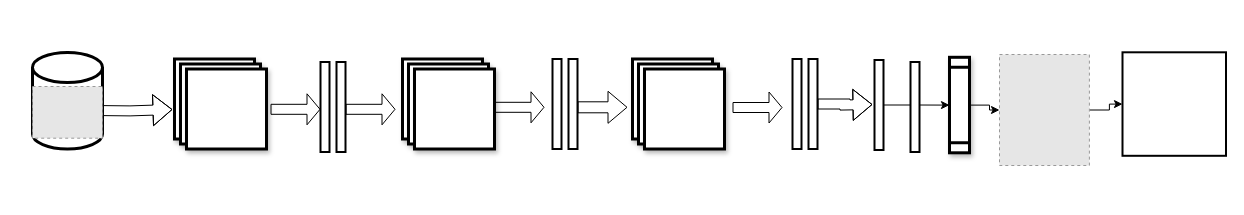
This is CNN Arcitucture for Scientifc image clasification.drawio from AE-ALEmran/New-Version-Scientific-Image-classification-, a draw.io file, before an edit. Source tidied: cells renumbered, new cells numbered last; positions are measured from the earlier drawing's top-left corner, leaving out a move shared by most shapes. Both pictures are drawn from the tidied source at 100%, with x=0, y=0 at pixel (32, 52). Pictures stored in the file or linked from it are replaced by grey dashed boxes.
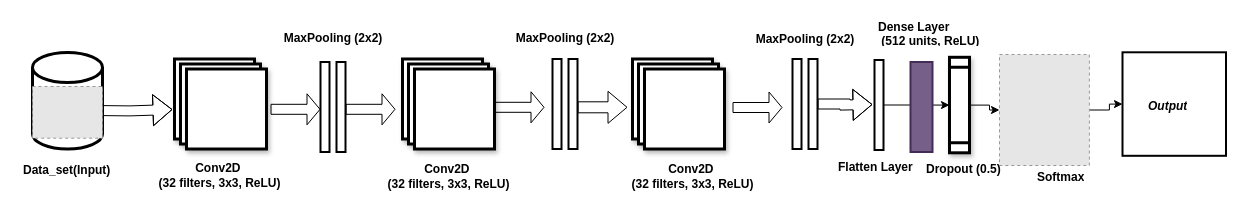
Above is the later version.

What changed in the source:
```diff
@@
-    <mxCell id="27" style="rounded=0;whiteSpace=wrap;html=1;direction=south;strokeWidth=2;" parent="1" vertex="1">
-      <mxGeometry x="878" y="9.5" width="9" height="90" as="geometry" />
+    <mxCell id="27" style="rounded=0;whiteSpace=wrap;html=1;direction=south;strokeWidth=2;fillColor=#76608a;strokeColor=#432D57;fontColor=#ffffff;" parent="1" vertex="1">
+      <mxGeometry x="878" y="9.5" width="22" height="90" as="geometry" />
     </mxCell>
@@
+    <mxCell id="41" value="&lt;b&gt;Data_set(Input)&lt;/b&gt;" style="text;strokeColor=none;fillColor=none;align=left;verticalAlign=middle;spacingLeft=4;spacingRight=4;overflow=hidden;whiteSpace=wrap;html=1;" parent="1" vertex="1">
+      <mxGeometry x="-15" y="103.2" width="105" height="30" as="geometry" />
+    </mxCell>
+    <mxCell id="42" value="&lt;b&gt;Conv2D&amp;nbsp;&lt;/b&gt;&lt;div&gt;&lt;b&gt;(32 filters, 3x3, ReLU)&lt;/b&gt;&lt;/div&gt;" style="text;strokeColor=none;fillColor=none;align=center;verticalAlign=middle;spacingLeft=4;spacingRight=4;overflow=hidden;whiteSpace=wrap;html=1;" parent="1" vertex="1">
+      <mxGeometry x="107" y="102" width="161" height="42" as="geometry" />
+    </mxCell>
+    <mxCell id="43" value="&lt;b&gt;Conv2D&amp;nbsp;&lt;/b&gt;&lt;div&gt;&lt;b&gt;(32 filters, 3x3, ReLU)&lt;/b&gt;&lt;/div&gt;" style="text;strokeColor=none;fillColor=none;align=center;verticalAlign=middle;spacingLeft=4;spacingRight=4;overflow=hidden;whiteSpace=wrap;html=1;" parent="1" vertex="1">
+      <mxGeometry x="335.5" y="103.2" width="161" height="42" as="geometry" />
+    </mxCell>
+    <mxCell id="44" value="&lt;b&gt;Conv2D&amp;nbsp;&lt;/b&gt;&lt;div&gt;&lt;b&gt;(32 filters, 3x3, ReLU)&lt;/b&gt;&lt;/div&gt;" style="text;strokeColor=none;fillColor=none;align=center;verticalAlign=middle;spacingLeft=4;spacingRight=4;overflow=hidden;whiteSpace=wrap;html=1;" parent="1" vertex="1">
+      <mxGeometry x="580" y="103.2" width="161" height="42" as="geometry" />
+    </mxCell>
+    <mxCell id="45" value="&lt;b&gt;MaxPooling (2x2)&lt;/b&gt;" style="text;strokeColor=none;fillColor=none;align=center;verticalAlign=middle;spacingLeft=4;spacingRight=4;overflow=hidden;whiteSpace=wrap;html=1;" parent="1" vertex="1">
+      <mxGeometry x="245.5" y="-29.2" width="110" height="30" as="geometry" />
+    </mxCell>
+    <mxCell id="46" value="&lt;b&gt;MaxPooling (2x2)&lt;/b&gt;" style="text;strokeColor=none;fillColor=none;align=center;verticalAlign=middle;spacingLeft=4;spacingRight=4;overflow=hidden;whiteSpace=wrap;html=1;" parent="1" vertex="1">
+      <mxGeometry x="477.5" y="-29.2" width="110" height="30" as="geometry" />
+    </mxCell>
+    <mxCell id="47" value="&lt;b&gt;MaxPooling (2x2)&lt;/b&gt;" style="text;strokeColor=none;fillColor=none;align=center;verticalAlign=middle;spacingLeft=4;spacingRight=4;overflow=hidden;whiteSpace=wrap;html=1;" parent="1" vertex="1">
+      <mxGeometry x="717.5" y="-28" width="110" height="30" as="geometry" />
+    </mxCell>
+    <mxCell id="48" value="&lt;b&gt;Flatten Layer&lt;/b&gt;" style="text;strokeColor=none;fillColor=none;align=left;verticalAlign=middle;spacingLeft=4;spacingRight=4;overflow=hidden;whiteSpace=wrap;html=1;" parent="1" vertex="1">
+      <mxGeometry x="800" y="99.5" width="93" height="30" as="geometry" />
+    </mxCell>
+    <mxCell id="49" value="&lt;b&gt;Dense Layer&lt;/b&gt;&lt;div&gt;&lt;b&gt;&amp;nbsp;(512 units, ReLU)&lt;/b&gt;&lt;/div&gt;" style="text;strokeColor=none;fillColor=none;align=left;verticalAlign=middle;spacingLeft=4;spacingRight=4;overflow=hidden;whiteSpace=wrap;html=1;direction=west;" parent="1" vertex="1">
+      <mxGeometry x="840" y="-35" width="119" height="30" as="geometry" />
+    </mxCell>
+    <mxCell id="50" value="&lt;b&gt;Dropout (0.5)&lt;/b&gt;" style="text;strokeColor=none;fillColor=none;align=left;verticalAlign=middle;spacingLeft=4;spacingRight=4;overflow=hidden;whiteSpace=wrap;html=1;" parent="1" vertex="1">
+      <mxGeometry x="888" y="101.5" width="90" height="30" as="geometry" />
+    </mxCell>
+    <mxCell id="51" value="&lt;b&gt;Softmax&lt;/b&gt;" style="text;strokeColor=none;fillColor=none;align=left;verticalAlign=middle;spacingLeft=4;spacingRight=4;overflow=hidden;whiteSpace=wrap;html=1;" parent="1" vertex="1">
+      <mxGeometry x="999" y="110.2" width="63" height="30" as="geometry" />
+    </mxCell>
+    <mxCell id="52" value="&lt;b&gt;&lt;i&gt;Output&lt;/i&gt;&lt;/b&gt;" style="text;strokeColor=none;fillColor=none;align=left;verticalAlign=middle;spacingLeft=4;spacingRight=4;overflow=hidden;whiteSpace=wrap;html=1;" parent="1" vertex="1">
+      <mxGeometry x="1110" y="33.2" width="70" height="41.8" as="geometry" />
+    </mxCell>
```
